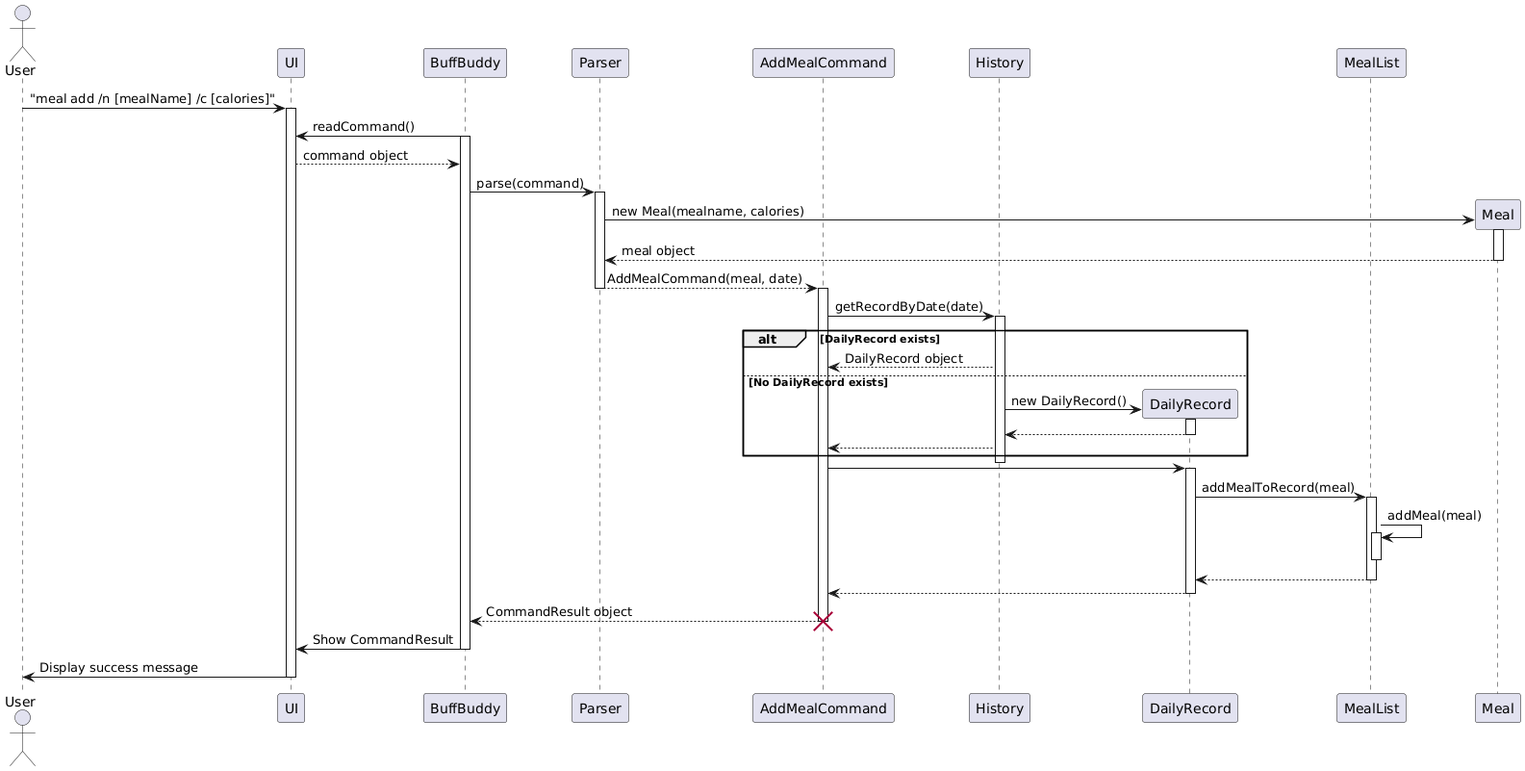
Before: docs/images/addMealSequenceDiagram.png, a diagram exported from PlantUML (nus-cs2113-AY2425S1/tp).
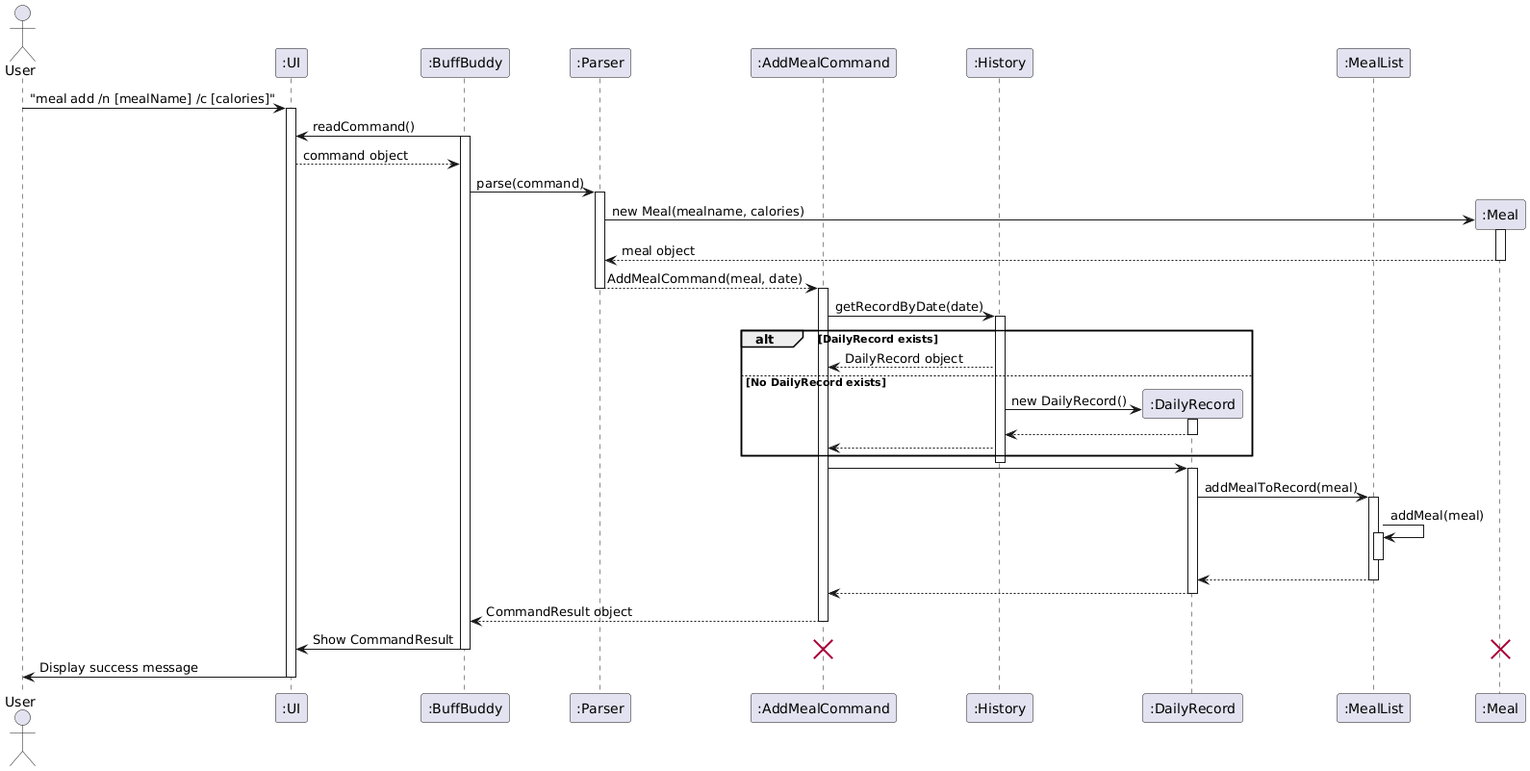
After the change.

Commit message:
Edited Meal sequence diagrams

Change to the diagram source:
```diff
@@ -1,13 +1,13 @@
 @startuml
 actor User
-participant "UI" as UI
-participant "BuffBuddy" as BB
-participant "Parser" as Parser
-participant "AddMealCommand" as AddCmd
-participant "History" as History
-participant "DailyRecord" as DailyRec
-participant "MealList" as MealList
-participant "Meal" as Meal
+participant ":UI" as UI
+participant ":BuffBuddy" as BB
+participant ":Parser" as Parser
+participant ":AddMealCommand" as AddCmd
+participant ":History" as History
+participant ":DailyRecord" as DailyRec
+participant ":MealList" as MealList
+participant ":Meal" as Meal
 
 User -> UI: "meal add /n [mealName] /c [calories]"
 activate UI
@@ -60,10 +60,11 @@
 
 AddCmd --> BB: CommandResult object
 deactivate AddCmd
-destroy AddCmd
 
 BB -> UI: Show CommandResult
 deactivate BB
+destroy AddCmd
+destroy Meal
 
 UI -> User: Display success message
 deactivate UI
```
